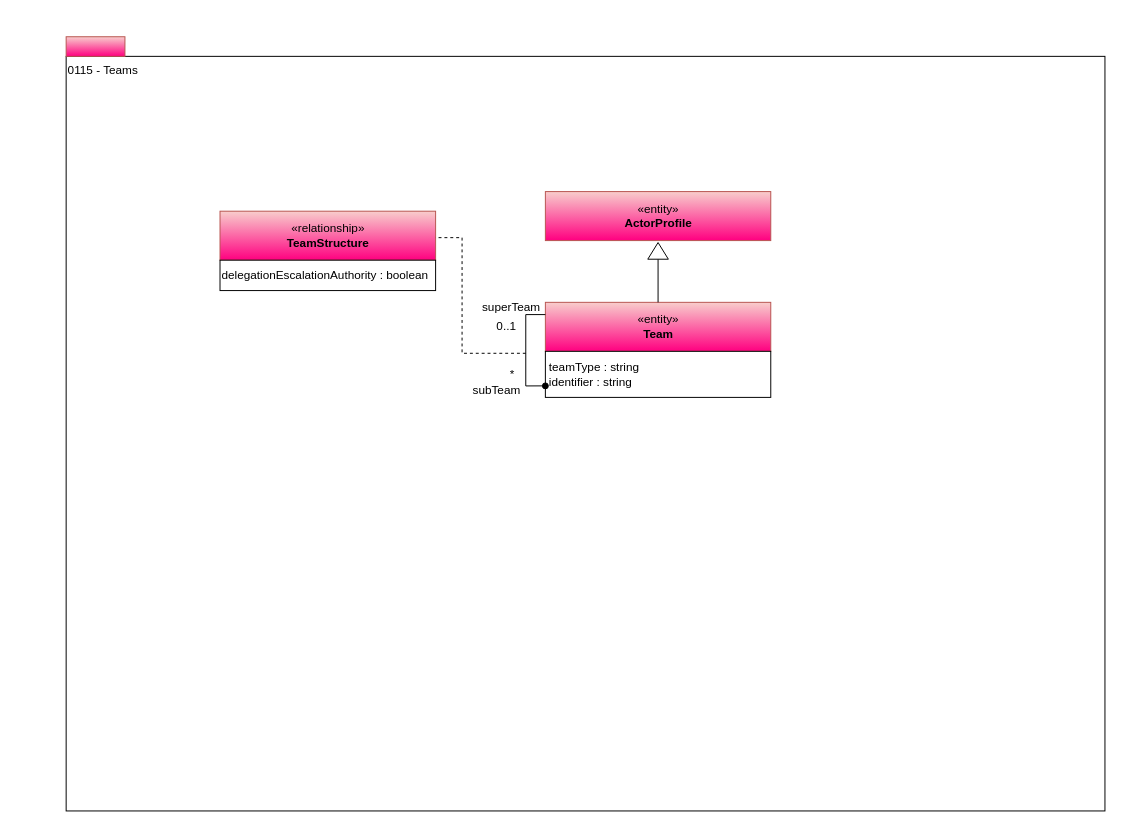
odpi/egeria-docs keeps this draw.io diagram as page "0115-Teams" (4 of 16) of site/docs/types/1/area-1-collaboration.drawio. Above is the earlier version. Source tidied: cells renumbered, new cells numbered last; positions are measured from the earlier drawing's top-left corner, leaving out a move shared by most shapes. Both pictures are drawn from the tidied source at 98%, with x=0, y=0 at pixel (66, 36).
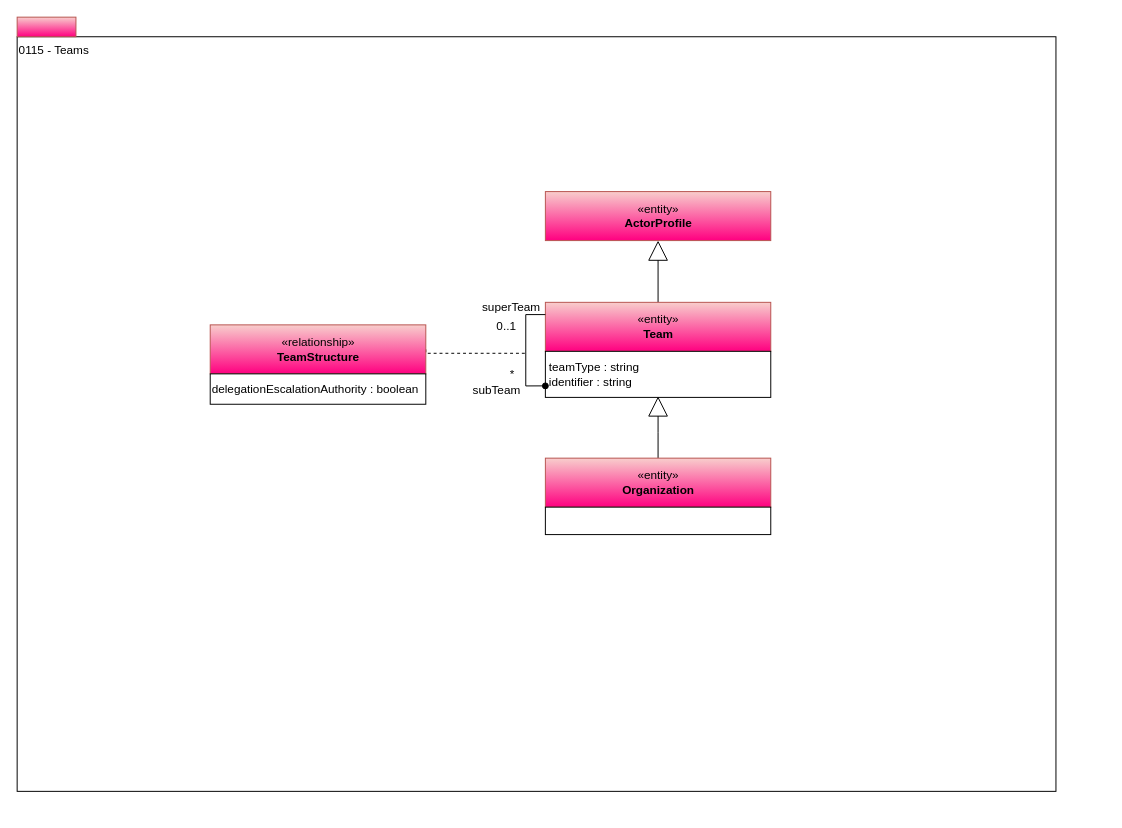
The same diagram, later.

The change refers to these unchanged cells:
```xml
<mxCell id="3" value="«entity»&lt;br&gt;&lt;b&gt;Team&lt;/b&gt;" style="html=1;strokeColor=#b85450;align=center;fillColor=#f8cecc;gradientColor=#FF0080;" parent="1" vertex="1">
  <mxGeometry x="489" y="271" width="230" height="50" as="geometry" />
</mxCell>
<mxCell id="8" value="«entity»&lt;br&gt;&lt;b&gt;ActorProfile&lt;/b&gt;" style="html=1;strokeColor=#b85450;align=center;fillColor=#f8cecc;gradientColor=#FF0080;" parent="1" vertex="1">
  <mxGeometry x="489" y="158" width="230" height="50" as="geometry" />
</mxCell>
```

What changed in the source:
```diff
@@
     <mxCell id="2" value="0115 - Teams" style="rounded=0;whiteSpace=wrap;html=1;align=left;verticalAlign=top;" parent="1" vertex="1">
-      <mxGeometry y="20" width="1060" height="770" as="geometry" />
+      <mxGeometry x="-50" width="1060" height="770" as="geometry" />
     </mxCell>
+    <mxCell id="17" style="edgeStyle=orthogonalEdgeStyle;rounded=0;jettySize=auto;html=1;exitX=0.5;exitY=0;exitDx=0;exitDy=0;endArrow=block;endFill=0;endSize=18;" parent="1" edge="1" source="3" target="8">
+      <mxGeometry relative="1" as="geometry" />
+    </mxCell>
@@
     <mxCell id="4" style="html=1;strokeColor=#b85450;align=center;fillColor=#f8cecc;gradientColor=#FF0080;" parent="1" vertex="1">
-      <mxGeometry width="60" height="20" as="geometry" />
+      <mxGeometry x="-50" y="-20" width="60" height="20" as="geometry" />
     </mxCell>
@@
-    <mxCell id="6" style="edgeStyle=orthogonalEdgeStyle;rounded=0;html=1;exitX=0;exitY=0.5;entryX=0.5;entryY=0;jettySize=auto;endArrow=none;endFill=0;" parent="1" edge="1" source="7" target="3">
-      <mxGeometry relative="1" as="geometry" />
-    </mxCell>
-    <mxCell id="7" style="triangle;whiteSpace=wrap;html=1;strokeColor=#000000;gradientColor=#ffffff;align=center;rotation=-90;" parent="1" vertex="1">
-      <mxGeometry x="595.5" y="208" width="17" height="21" as="geometry" />
-    </mxCell>
@@
-    <mxCell id="9" style="edgeStyle=orthogonalEdgeStyle;rounded=0;html=1;endArrow=none;endFill=0;jettySize=auto;orthogonalLoop=1;dashed=1;" parent="1" edge="1">
+    <mxCell id="9" style="edgeStyle=orthogonalEdgeStyle;rounded=0;html=1;endArrow=none;endFill=0;jettySize=auto;dashed=1;exitX=1;exitY=0.5;exitDx=0;exitDy=0;" parent="1" edge="1" source="10">
       <mxGeometry relative="1" as="geometry">
-        <mxPoint x="374" y="205" as="sourcePoint" />
         <mxPoint x="469" y="323" as="targetPoint" />
         <Array as="points">
-          <mxPoint x="404" y="205" />
-          <mxPoint x="404" y="323" />
+          <mxPoint x="367" y="323" />
         </Array>
       </mxGeometry>
     </mxCell>
     <mxCell id="10" value="«relationship»&lt;br&gt;&lt;b&gt;TeamStructure&lt;/b&gt;" style="html=1;strokeColor=#b85450;align=center;fillColor=#f8cecc;gradientColor=#FF0080;" parent="1" vertex="1">
-      <mxGeometry x="157" y="178" width="220" height="50" as="geometry" />
+      <mxGeometry x="147" y="294" width="220" height="50" as="geometry" />
     </mxCell>
     <mxCell id="11" value="delegationEscalationAuthority : boolean" style="rounded=0;whiteSpace=wrap;html=1;strokeColor=#000000;gradientColor=#ffffff;align=left;" parent="1" vertex="1">
-      <mxGeometry x="157" y="228" width="220" height="31" as="geometry" />
+      <mxGeometry x="147" y="344" width="220" height="31" as="geometry" />
     </mxCell>
@@
+    <mxCell id="18" style="edgeStyle=orthogonalEdgeStyle;rounded=0;jettySize=auto;html=1;exitX=0.5;exitY=0;exitDx=0;exitDy=0;endArrow=block;endFill=0;endSize=18;" parent="1" edge="1" source="19">
+      <mxGeometry relative="1" as="geometry">
+        <mxPoint x="604" y="367" as="targetPoint" />
+      </mxGeometry>
+    </mxCell>
+    <mxCell id="19" value="«entity»&lt;br&gt;&lt;b&gt;Organization&lt;/b&gt;" style="html=1;strokeColor=#b85450;align=center;fillColor=#f8cecc;gradientColor=#FF0080;" parent="1" vertex="1">
+      <mxGeometry x="489" y="430" width="230" height="50" as="geometry" />
+    </mxCell>
+    <mxCell id="20" style="rounded=0;whiteSpace=wrap;html=1;align=left;spacingLeft=2;" parent="1" vertex="1">
+      <mxGeometry x="489" y="480" width="230" height="28" as="geometry" />
+    </mxCell>
```
